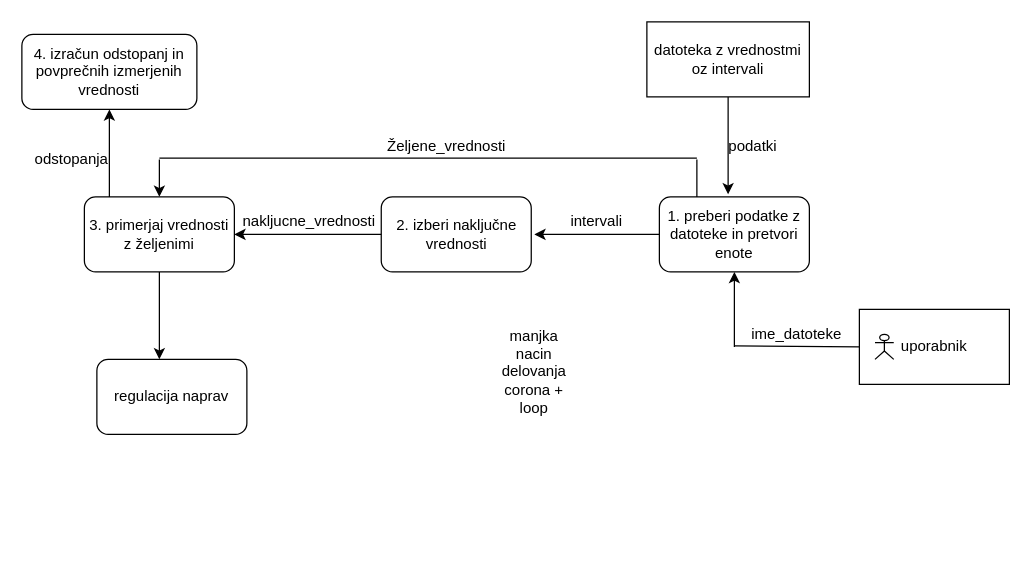
Before: page "Page-2" (2 of 2) of diagram toka podatkov.drawio in OPI-v-v/simulator, a draw.io diagram. Source tidied: cells renumbered, new cells numbered last; positions are measured from the earlier drawing's top-left corner, leaving out a move shared by most shapes. Both pictures are drawn from the tidied source at 125%, with x=0, y=0 at pixel (21, 21).
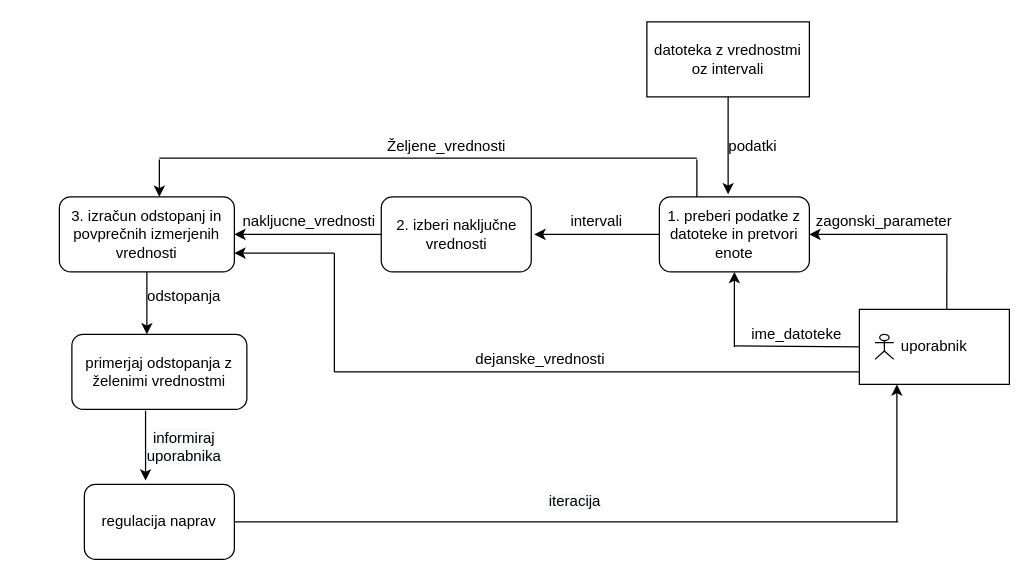
The same page after the edit.

The change refers to these unchanged cells:
```xml
<mxCell id="2" value="uporabnik" style="rounded=0;whiteSpace=wrap;html=1;" parent="1" vertex="1">
  <mxGeometry x="670" y="230" width="120" height="60" as="geometry" />
</mxCell>
<mxCell id="4" value="1. preberi podatke z datoteke in pretvori enote" style="rounded=1;whiteSpace=wrap;html=1;" parent="1" vertex="1">
  <mxGeometry x="510" y="140" width="120" height="60" as="geometry" />
</mxCell>
<mxCell id="7" value="2. izberi naključne vrednosti" style="rounded=1;whiteSpace=wrap;html=1;" parent="1" vertex="1">
  <mxGeometry x="287.5" y="140" width="120" height="60" as="geometry" />
</mxCell>
```

The edit, as a diff of the source:
```diff
@@
-    <mxCell id="10" value="3. primerjaj vrednosti z željenimi" style="rounded=1;whiteSpace=wrap;html=1;" parent="1" vertex="1">
-      <mxGeometry x="50" y="140" width="120" height="60" as="geometry" />
-    </mxCell>
-    <mxCell id="11" style="endArrow=classic;html=1;entryX=1;entryY=0.5;entryDx=0;entryDy=0;exitX=0;exitY=0.5;exitDx=0;exitDy=0;" parent="1" edge="1" source="7" target="10">
-      <mxGeometry relative="1" as="geometry" />
+    <mxCell id="11" style="endArrow=classic;html=1;entryX=1;entryY=0.5;entryDx=0;entryDy=0;exitX=0;exitY=0.5;exitDx=0;exitDy=0;" parent="1" edge="1" source="7">
+      <mxGeometry relative="1" as="geometry">
+        <mxPoint x="170" y="170" as="targetPoint" />
+      </mxGeometry>
     </mxCell>
@@
-    <mxCell id="21" value="4. izračun odstopanj in povprečnih izmerjenih vrednosti" style="rounded=1;whiteSpace=wrap;html=1;" parent="1" vertex="1">
-      <mxGeometry y="10" width="140" height="60" as="geometry" />
+    <mxCell id="21" value="3. izračun odstopanj in povprečnih izmerjenih vrednosti" style="rounded=1;whiteSpace=wrap;html=1;" parent="1" vertex="1">
+      <mxGeometry x="30" y="140" width="140" height="60" as="geometry" />
     </mxCell>
-    <mxCell id="22" style="endArrow=classic;html=1;entryX=0.5;entryY=1;entryDx=0;entryDy=0;" parent="1" edge="1" target="21">
-      <mxGeometry relative="1" as="geometry">
-        <mxPoint x="70" y="140" as="sourcePoint" />
-      </mxGeometry>
-    </mxCell>
+    <mxCell id="25" value="regulacija naprav" style="rounded=1;whiteSpace=wrap;html=1;" parent="1" vertex="1">
+      <mxGeometry x="50" y="370" width="120" height="60" as="geometry" />
+    </mxCell>
+    <mxCell id="27" style="endArrow=classic;html=1;entryX=1;entryY=0.5;entryDx=0;entryDy=0;" parent="1" edge="1" target="4">
+      <mxGeometry relative="1" as="geometry">
+        <mxPoint x="740" y="170" as="sourcePoint" />
+      </mxGeometry>
+    </mxCell>
+    <mxCell id="28" style="endArrow=none;html=1;exitX=0.583;exitY=0;exitDx=0;exitDy=0;exitPerimeter=0;" parent="1" edge="1" source="2">
+      <mxGeometry relative="1" as="geometry">
+        <mxPoint x="740" y="170" as="targetPoint" />
+      </mxGeometry>
+    </mxCell>
+    <mxCell id="29" value="zagonski_parameter" style="text;html=1;strokeColor=none;fillColor=none;align=center;verticalAlign=middle;whiteSpace=wrap;rounded=0;" parent="1" vertex="1">
+      <mxGeometry x="670" y="150" width="40" height="20" as="geometry" />
+    </mxCell>
+    <mxCell id="30" value="&#10;&#10;&lt;span style=&quot;color: rgb(0, 0, 0); font-family: helvetica; font-size: 12px; font-style: normal; font-weight: 400; letter-spacing: normal; text-align: center; text-indent: 0px; text-transform: none; word-spacing: 0px; background-color: rgb(248, 249, 250); display: inline; float: none;&quot;&gt;informiraj uporabnika&lt;/span&gt;&#10;&#10;" style="text;html=1;strokeColor=none;fillColor=none;align=center;verticalAlign=middle;whiteSpace=wrap;rounded=0;" parent="1" vertex="1">
+      <mxGeometry x="110" y="330" width="40" height="20" as="geometry" />
+    </mxCell>
+    <mxCell id="31" style="endArrow=none;html=1;" parent="1" edge="1">
+      <mxGeometry relative="1" as="geometry">
+        <mxPoint x="250" y="280" as="sourcePoint" />
+        <mxPoint x="670" y="280" as="targetPoint" />
+      </mxGeometry>
+    </mxCell>
+    <mxCell id="32" style="endArrow=none;html=1;" parent="1" edge="1">
+      <mxGeometry relative="1" as="geometry">
+        <mxPoint x="250" y="280" as="sourcePoint" />
+        <mxPoint x="250" y="185" as="targetPoint" />
+      </mxGeometry>
+    </mxCell>
+    <mxCell id="33" style="endArrow=classic;html=1;entryX=1;entryY=0.75;entryDx=0;entryDy=0;" parent="1" edge="1">
+      <mxGeometry relative="1" as="geometry">
+        <mxPoint x="250" y="185" as="sourcePoint" />
+        <mxPoint x="170" y="185" as="targetPoint" />
+      </mxGeometry>
+    </mxCell>
+    <mxCell id="34" value="dejanske_vrednosti" style="text;html=1;strokeColor=none;fillColor=none;align=center;verticalAlign=middle;whiteSpace=wrap;rounded=0;" parent="1" vertex="1">
+      <mxGeometry x="395" y="260" width="40" height="20" as="geometry" />
+    </mxCell>
+    <mxCell id="35" value="primerjaj odstopanja z želenimi vrednostmi" style="rounded=1;whiteSpace=wrap;html=1;" parent="1" vertex="1">
+      <mxGeometry x="40" y="250" width="140" height="60" as="geometry" />
+    </mxCell>
+    <mxCell id="36" style="endArrow=classic;html=1;exitX=0.5;exitY=1;exitDx=0;exitDy=0;" parent="1" edge="1" source="21">
+      <mxGeometry relative="1" as="geometry">
+        <mxPoint x="100" y="250" as="targetPoint" />
+      </mxGeometry>
+    </mxCell>
-    <mxCell id="23" value="odstopanja" style="text;html=1;strokeColor=none;fillColor=none;align=center;verticalAlign=middle;whiteSpace=wrap;rounded=0;rotation=0;" parent="1" vertex="1">
-      <mxGeometry x="20" y="100" width="40" height="20" as="geometry" />
+    <mxCell id="23" value="odstopanja" style="text;html=1;strokeColor=none;fillColor=none;align=center;verticalAlign=middle;whiteSpace=wrap;rounded=0;" parent="1" vertex="1">
+      <mxGeometry x="110" y="210" width="40" height="20" as="geometry" />
     </mxCell>
-    <mxCell id="24" style="endArrow=classic;html=1;exitX=0.5;exitY=1;exitDx=0;exitDy=0;" parent="1" edge="1" source="10">
-      <mxGeometry relative="1" as="geometry">
-        <mxPoint x="110" y="270" as="targetPoint" />
-      </mxGeometry>
-    </mxCell>
-    <mxCell id="25" value="regulacija naprav" style="rounded=1;whiteSpace=wrap;html=1;" parent="1" vertex="1">
-      <mxGeometry x="60" y="270" width="120" height="60" as="geometry" />
-    </mxCell>
-    <mxCell id="26" value="manjka &lt;br&gt;nacin delovanja corona + loop" style="text;html=1;strokeColor=none;fillColor=none;align=center;verticalAlign=middle;whiteSpace=wrap;rounded=0;" parent="1" vertex="1">
-      <mxGeometry x="390" y="270" width="40" height="20" as="geometry" />
-    </mxCell>
+    <mxCell id="37" style="endArrow=classic;html=1;entryX=0.408;entryY=-0.05;entryDx=0;entryDy=0;entryPerimeter=0;exitX=0.421;exitY=1.017;exitDx=0;exitDy=0;exitPerimeter=0;" parent="1" edge="1" source="35" target="25">
+      <mxGeometry relative="1" as="geometry" />
+    </mxCell>
+    <mxCell id="38" style="endArrow=classic;html=1;" parent="1" edge="1">
+      <mxGeometry relative="1" as="geometry">
+        <mxPoint x="700" y="400" as="sourcePoint" />
+        <mxPoint x="700" y="290" as="targetPoint" />
+      </mxGeometry>
+    </mxCell>
+    <mxCell id="39" style="endArrow=none;html=1;" parent="1" edge="1">
+      <mxGeometry relative="1" as="geometry">
+        <mxPoint x="170" y="400" as="sourcePoint" />
+        <mxPoint x="701" y="400" as="targetPoint" />
+      </mxGeometry>
+    </mxCell>
+    <mxCell id="40" value="&lt;span style=&quot;color: rgb(0, 0, 0); font-family: helvetica; font-size: 12px; font-style: normal; font-weight: 400; letter-spacing: normal; text-align: center; text-indent: 0px; text-transform: none; word-spacing: 0px; background-color: rgb(248, 249, 250); display: inline; float: none;&quot;&gt;iteracija&lt;/span&gt;" style="text;whiteSpace=wrap;html=1;" parent="1" vertex="1">
+      <mxGeometry x="420" y="370" width="70" height="30" as="geometry" />
+    </mxCell>
```
